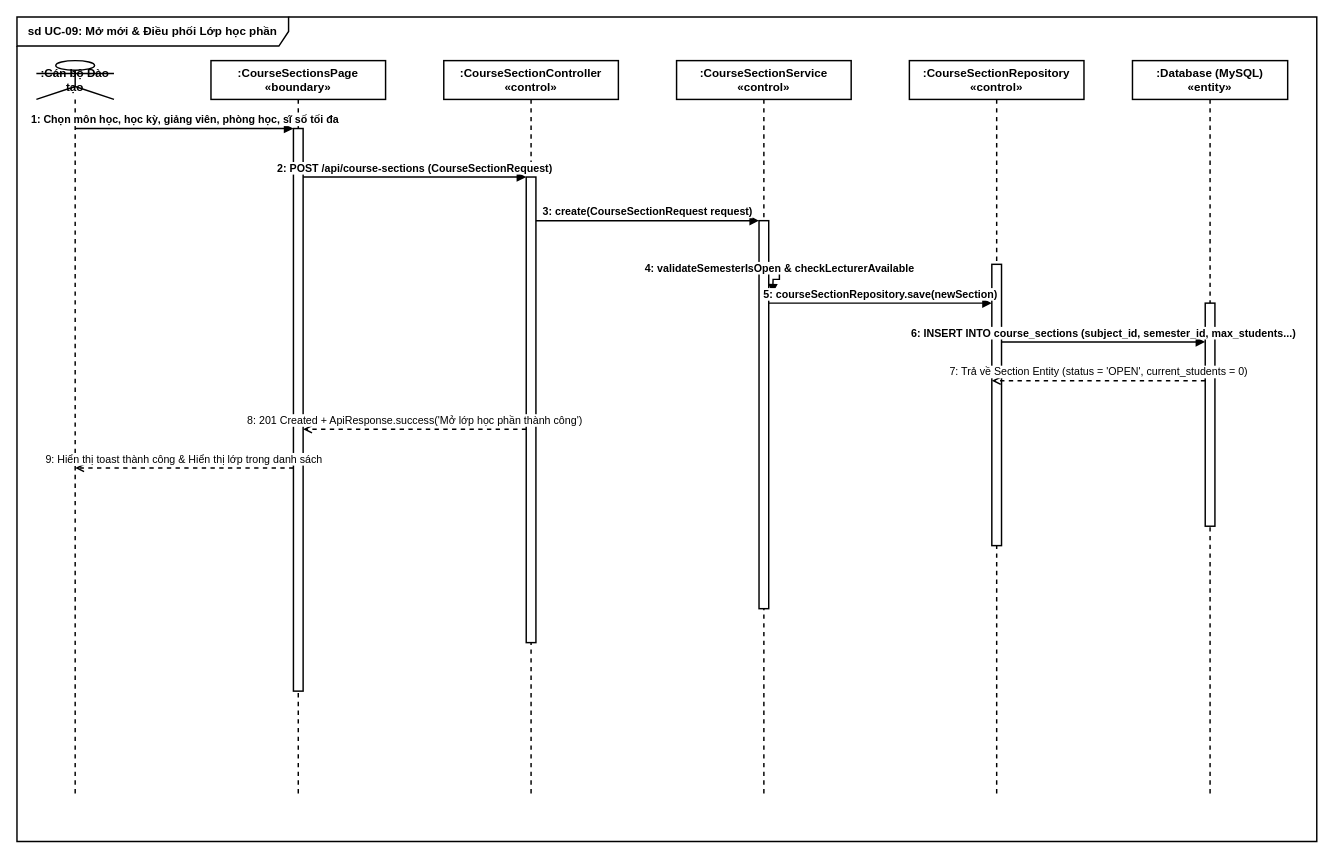
Before: page "9. Mở lớp Học phần" (9 of 23) of drawio/Sequence_Diagrams.drawio in DevMarkie/DoAnChuyenNganh, a draw.io diagram. Source tidied: cells renumbered, new cells numbered last; positions are measured from the earlier drawing's top-left corner, leaving out a move shared by most shapes. Both pictures are drawn from the tidied source at 97%, with x=0, y=0 at pixel (16, 16).
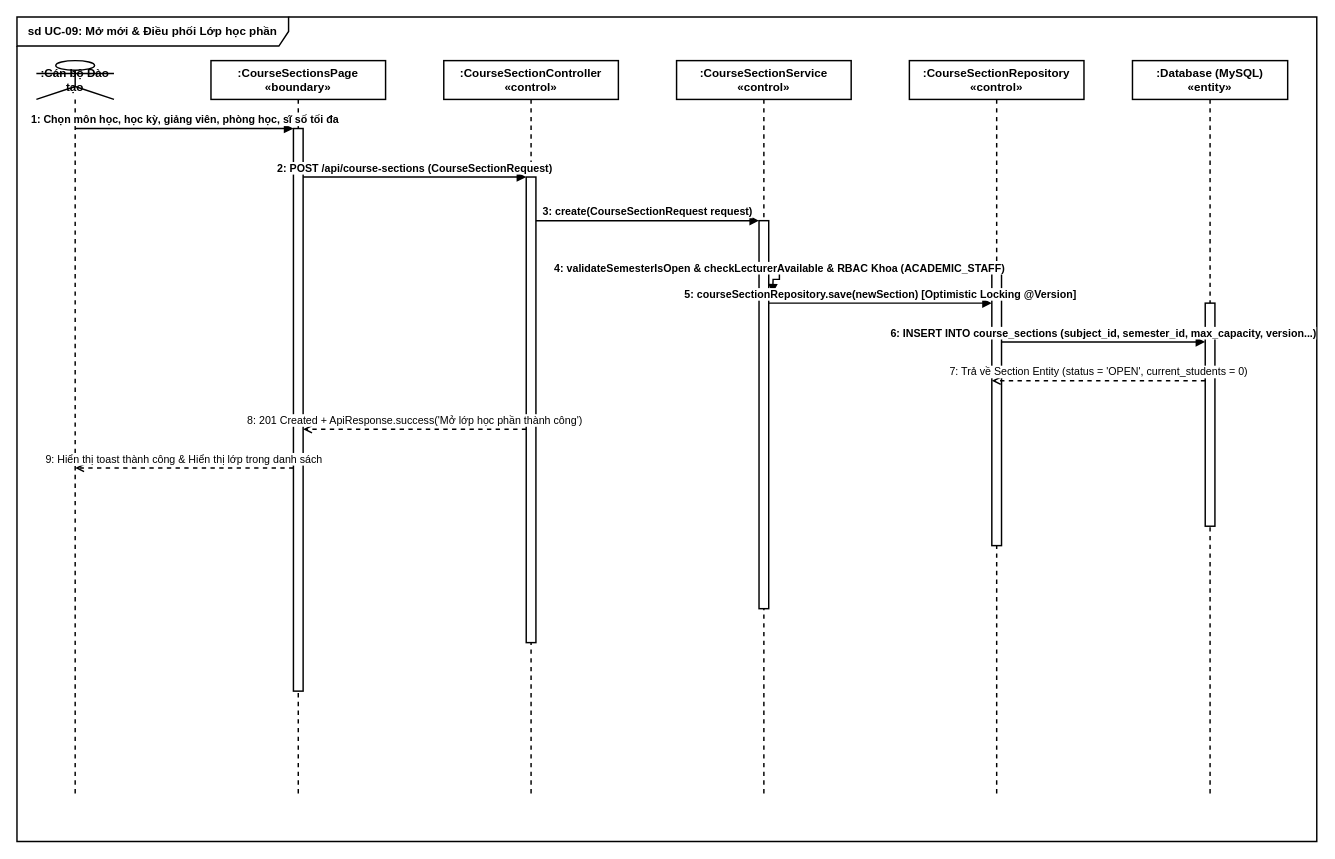
After the change.

Change to the diagram source:
```diff
@@
-    <mxCell id="17" value="4: validateSemesterIsOpen &amp; checkLecturerAvailable" style="html=1;verticalAlign=bottom;endArrow=block;strokeColor=#000000;strokeWidth=1.5;labelBackgroundColor=#ffffff;labelBorderColor=none;fillColor=none;fontColor=#000000;fontSize=11;fontStyle=1;edgeStyle=orthogonalEdgeStyle;curved=0;rounded=0;" parent="1" edge="1">
+    <mxCell id="17" value="4: validateSemesterIsOpen &amp; checkLecturerAvailable &amp; RBAC Khoa (ACADEMIC_STAFF)" style="html=1;verticalAlign=bottom;endArrow=block;strokeColor=#000000;strokeWidth=1.5;labelBackgroundColor=#ffffff;labelBorderColor=none;fillColor=none;fontColor=#000000;fontSize=11;fontStyle=1;edgeStyle=orthogonalEdgeStyle;curved=0;rounded=0;" parent="1" edge="1">
       <mxGeometry relative="1" as="geometry">
         <mxPoint x="775" y="255" as="sourcePoint" />
         <mxPoint x="779" y="285" as="targetPoint" />
       </mxGeometry>
     </mxCell>
-    <mxCell id="18" value="5: courseSectionRepository.save(newSection)" style="html=1;verticalAlign=bottom;endArrow=block;strokeColor=#000000;strokeWidth=1.5;labelBackgroundColor=#ffffff;labelBorderColor=none;fillColor=none;fontColor=#000000;fontSize=11;fontStyle=1;" parent="1" edge="1">
+    <mxCell id="18" value="5: courseSectionRepository.save(newSection) [Optimistic Locking @Version]" style="html=1;verticalAlign=bottom;endArrow=block;strokeColor=#000000;strokeWidth=1.5;labelBackgroundColor=#ffffff;labelBorderColor=none;fillColor=none;fontColor=#000000;fontSize=11;fontStyle=1;" parent="1" edge="1">
       <mxGeometry relative="1" as="geometry">
         <mxPoint x="775" y="295" as="sourcePoint" />
         <mxPoint x="1005" y="295" as="targetPoint" />
       </mxGeometry>
     </mxCell>
-    <mxCell id="19" value="6: INSERT INTO course_sections (subject_id, semester_id, max_students...)" style="html=1;verticalAlign=bottom;endArrow=block;strokeColor=#000000;strokeWidth=1.5;labelBackgroundColor=#ffffff;labelBorderColor=none;fillColor=none;fontColor=#000000;fontSize=11;fontStyle=1;" parent="1" edge="1">
+    <mxCell id="19" value="6: INSERT INTO course_sections (subject_id, semester_id, max_capacity, version...)" style="html=1;verticalAlign=bottom;endArrow=block;strokeColor=#000000;strokeWidth=1.5;labelBackgroundColor=#ffffff;labelBorderColor=none;fillColor=none;fontColor=#000000;fontSize=11;fontStyle=1;" parent="1" edge="1">
       <mxGeometry relative="1" as="geometry">
         <mxPoint x="1015" y="335" as="sourcePoint" />
         <mxPoint x="1225" y="335" as="targetPoint" />
       </mxGeometry>
     </mxCell>
```
